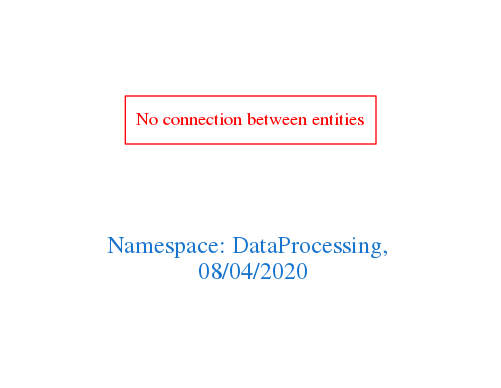
This is downloads/DataProcessing.png from arago/OGIT, a Graphviz export, as it was before one commit. Its source is kept beside it as downloads/DataProcessing.dot.
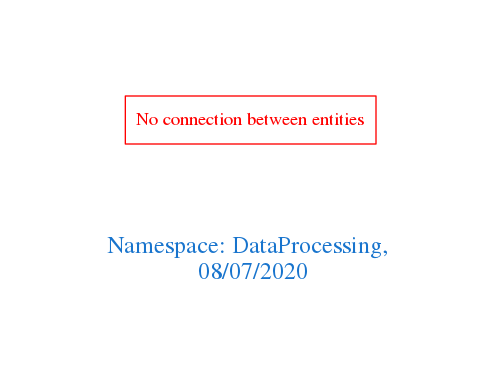
Later version of the same file.

What changed in the source:
```diff
@@ -1,7 +1,7 @@
 digraph OGIT_ontology {
  graph [ rankdir= LR,pad=1
 fontsize = 18,
-fontcolor= dodgerblue3,label = "\n\n\nNamespace: DataProcessing, \n 08/04/2020"];
+fontcolor= dodgerblue3,label = "\n\n\nNamespace: DataProcessing, \n 08/07/2020"];
 node[shape=polygon];
 edge [  color="gray81"];
 
```
